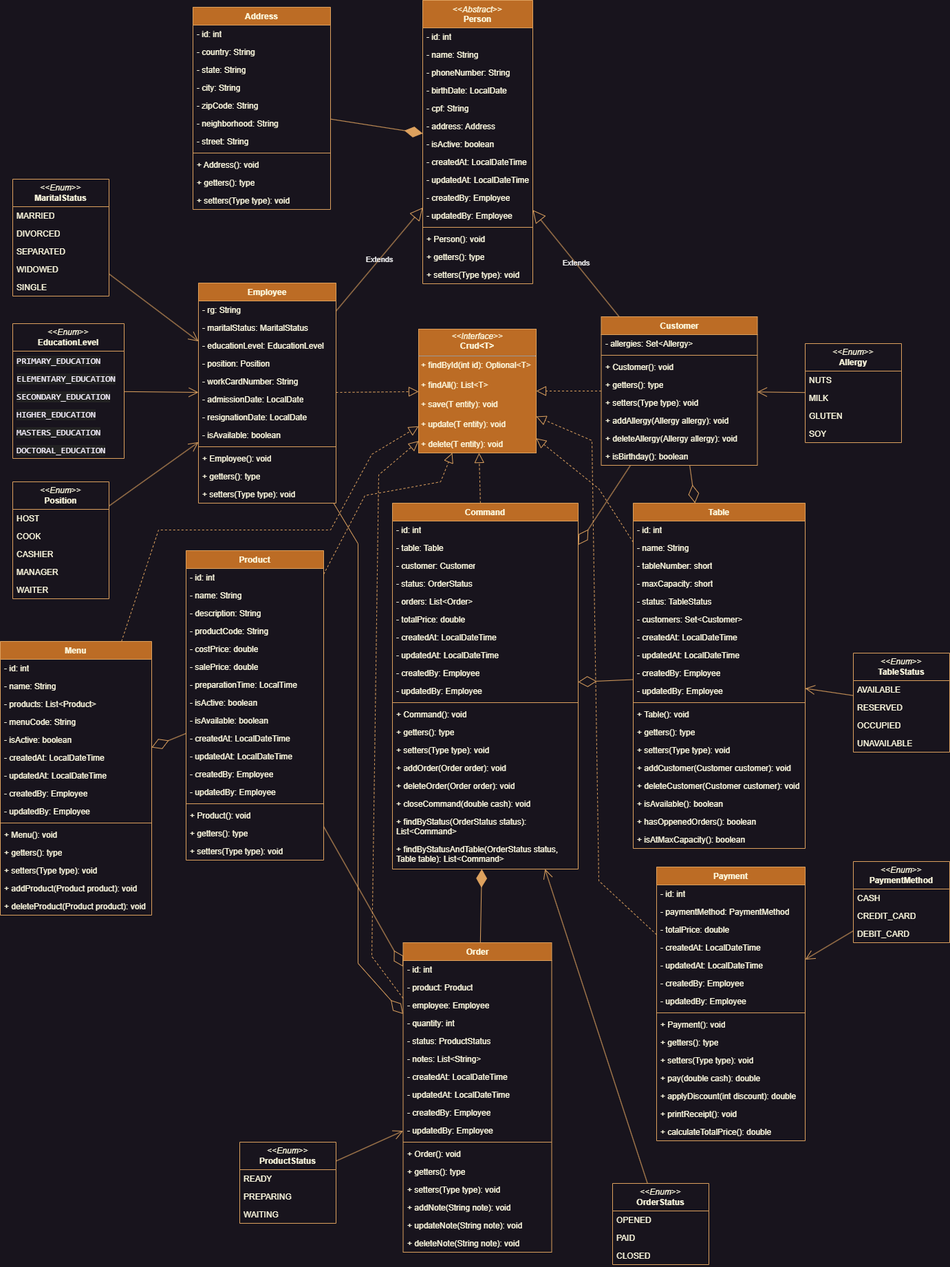
EduardoOrthmann/RavinV1 keeps this draw.io diagram as docs/Ravin.drawio.png. Above is the earlier version. Source tidied: cells renumbered, new cells last; positions are measured from the earlier drawing's top-left corner, leaving out a move shared by most shapes.
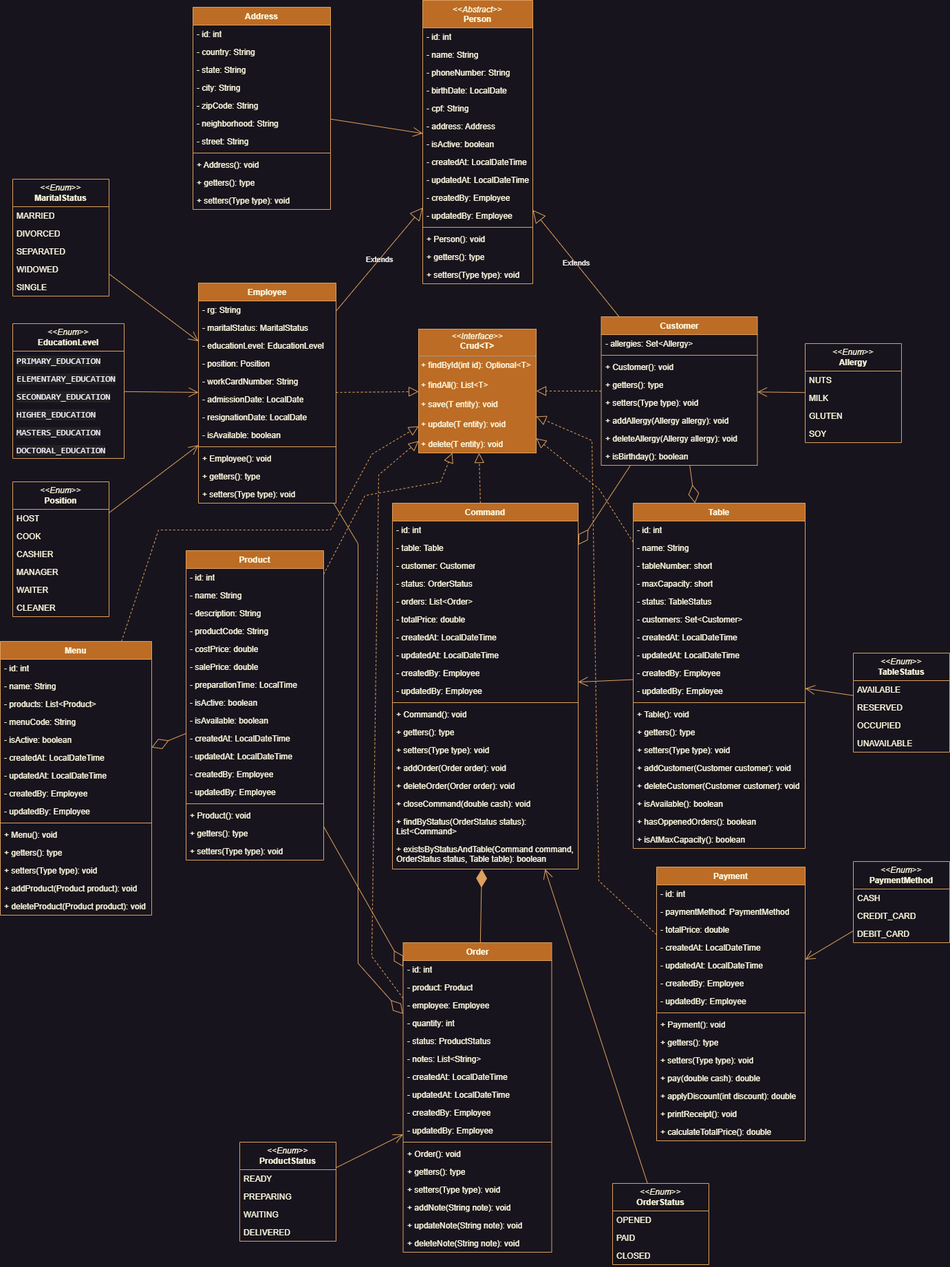
The same diagram one commit later.

Commit message:
add new values to enum Position and ProductStatus && change name of method findByStatusAndTable

Change to the diagram source:
```diff
@@ -132,7 +132,7 @@
       <mxGeometry y="170" width="162" height="26" as="geometry" />
     </mxCell>
     <mxCell id="45" value="&amp;lt;&amp;lt;&lt;i&gt;Enum&lt;/i&gt;&amp;gt;&amp;gt;&lt;br&gt;&lt;b&gt;Position&lt;/b&gt;" style="swimlane;fontStyle=0;horizontal=1;startSize=40;fillColor=none;whiteSpace=wrap;html=1;labelBackgroundColor=none;strokeColor=#DDA15E;fontColor=#FEFAE0;" parent="1" vertex="1">
-      <mxGeometry x="18" y="700" width="140" height="170" as="geometry" />
+      <mxGeometry x="18" y="700" width="140" height="196" as="geometry" />
     </mxCell>
     <mxCell id="46" value="HOST" style="text;strokeColor=none;fillColor=none;align=left;verticalAlign=top;spacingLeft=4;spacingRight=4;overflow=hidden;whiteSpace=wrap;html=1;labelBackgroundColor=none;fontColor=#FEFAE0;" parent="45" vertex="1">
       <mxGeometry y="40" width="140" height="26" as="geometry" />
@@ -149,6 +149,9 @@
     <mxCell id="50" value="WAITER" style="text;strokeColor=none;fillColor=none;align=left;verticalAlign=top;spacingLeft=4;spacingRight=4;overflow=hidden;whiteSpace=wrap;html=1;labelBackgroundColor=none;fontColor=#FEFAE0;" parent="45" vertex="1">
       <mxGeometry y="144" width="140" height="26" as="geometry" />
     </mxCell>
+    <mxCell id="228" value="CLEANER" style="text;strokeColor=none;fillColor=none;align=left;verticalAlign=top;spacingLeft=4;spacingRight=4;overflow=hidden;whiteSpace=wrap;html=1;labelBackgroundColor=none;fontColor=#FEFAE0;" parent="45" vertex="1">
+      <mxGeometry y="170" width="140" height="26" as="geometry" />
+    </mxCell>
     <mxCell id="51" value="&lt;p style=&quot;margin:0px;margin-top:4px;text-align:center;&quot;&gt;&lt;i&gt;&amp;lt;&amp;lt;Interface&amp;gt;&amp;gt;&lt;/i&gt;&lt;br&gt;&lt;b&gt;Crud&amp;lt;T&amp;gt;&lt;/b&gt;&lt;/p&gt;&lt;hr size=&quot;1&quot;&gt;&lt;p style=&quot;margin:0px;margin-left:4px;&quot;&gt;&lt;/p&gt;&lt;p style=&quot;margin:0px;margin-left:4px;&quot;&gt;+ findById(int id): Optional&amp;lt;T&amp;gt;&lt;/p&gt;&lt;p style=&quot;margin:0px;margin-left:4px;&quot;&gt;&lt;br&gt;&lt;/p&gt;&lt;p style=&quot;margin:0px;margin-left:4px;&quot;&gt;+ findAll(): List&amp;lt;T&amp;gt;&lt;/p&gt;&lt;p style=&quot;margin:0px;margin-left:4px;&quot;&gt;&lt;br&gt;&lt;/p&gt;&lt;p style=&quot;margin:0px;margin-left:4px;&quot;&gt;+ save(T entity): void&lt;/p&gt;&lt;p style=&quot;margin:0px;margin-left:4px;&quot;&gt;&lt;br&gt;&lt;/p&gt;&lt;p style=&quot;margin:0px;margin-left:4px;&quot;&gt;+ update(T entity): void&lt;/p&gt;&lt;p style=&quot;margin:0px;margin-left:4px;&quot;&gt;&lt;br&gt;&lt;/p&gt;&lt;p style=&quot;margin:0px;margin-left:4px;&quot;&gt;+ delete(T entity): void&lt;/p&gt;" style="verticalAlign=top;align=left;overflow=fill;fontSize=12;fontFamily=Helvetica;html=1;whiteSpace=wrap;labelBackgroundColor=none;fillColor=#BC6C25;strokeColor=#DDA15E;fontColor=#FEFAE0;" parent="1" vertex="1">
       <mxGeometry x="608" y="478" width="171" height="180" as="geometry" />
     </mxCell>
@@ -389,12 +392,9 @@
     <mxCell id="130" value="+ findByStatus(OrderStatus status): List&amp;lt;Command&amp;gt;" style="text;strokeColor=none;fillColor=none;align=left;verticalAlign=top;spacingLeft=4;spacingRight=4;overflow=hidden;whiteSpace=wrap;html=1;labelBackgroundColor=none;fontColor=#FEFAE0;" parent="112" vertex="1">
       <mxGeometry y="450" width="270" height="40" as="geometry" />
     </mxCell>
-    <mxCell id="131" value="+ findByStatusAndTable(OrderStatus status, Table table): List&amp;lt;Command&amp;gt;" style="text;strokeColor=none;fillColor=none;align=left;verticalAlign=top;spacingLeft=4;spacingRight=4;overflow=hidden;whiteSpace=wrap;html=1;labelBackgroundColor=none;fontColor=#FEFAE0;" parent="112" vertex="1">
+    <mxCell id="131" value="+ existsByStatusAndTable(Command command, OrderStatus status, Table table): boolean" style="text;strokeColor=none;fillColor=none;align=left;verticalAlign=top;spacingLeft=4;spacingRight=4;overflow=hidden;whiteSpace=wrap;html=1;labelBackgroundColor=none;fontColor=#FEFAE0;" parent="112" vertex="1">
       <mxGeometry y="490" width="270" height="42" as="geometry" />
     </mxCell>
-    <mxCell id="132" style="endArrow=diamondThin;endFill=0;endSize=24;html=1;rounded=0;labelBackgroundColor=none;strokeColor=#DDA15E;fontColor=default;" parent="1" edge="1" source="69" target="112">
-      <mxGeometry relative="1" as="geometry" />
-    </mxCell>
     <mxCell id="133" style="endArrow=diamondThin;endFill=0;endSize=24;html=1;rounded=0;labelBackgroundColor=none;strokeColor=#DDA15E;fontColor=default;" parent="1" edge="1" source="53" target="112">
       <mxGeometry relative="1" as="geometry" />
     </mxCell>
@@ -465,7 +465,7 @@
       <mxGeometry y="424" width="216" height="26" as="geometry" />
     </mxCell>
     <mxCell id="156" value="&amp;lt;&amp;lt;&lt;i&gt;Enum&lt;/i&gt;&amp;gt;&amp;gt;&lt;br&gt;&lt;b&gt;ProductStatus&lt;/b&gt;" style="swimlane;fontStyle=0;horizontal=1;startSize=40;fillColor=none;whiteSpace=wrap;html=1;labelBackgroundColor=none;strokeColor=#DDA15E;fontColor=#FEFAE0;" parent="1" vertex="1">
-      <mxGeometry x="348" y="1660" width="140" height="118" as="geometry" />
+      <mxGeometry x="348" y="1660" width="140" height="144" as="geometry" />
     </mxCell>
     <mxCell id="157" value="READY" style="text;strokeColor=none;fillColor=none;align=left;verticalAlign=top;spacingLeft=4;spacingRight=4;overflow=hidden;whiteSpace=wrap;html=1;labelBackgroundColor=none;fontColor=#FEFAE0;" parent="156" vertex="1">
       <mxGeometry y="40" width="140" height="26" as="geometry" />
@@ -476,6 +476,9 @@
     <mxCell id="159" value="WAITING" style="text;strokeColor=none;fillColor=none;align=left;verticalAlign=top;spacingLeft=4;spacingRight=4;overflow=hidden;whiteSpace=wrap;html=1;labelBackgroundColor=none;fontColor=#FEFAE0;" parent="156" vertex="1">
       <mxGeometry y="92" width="140" height="26" as="geometry" />
     </mxCell>
+    <mxCell id="229" value="DELIVERED&amp;nbsp;" style="text;strokeColor=none;fillColor=none;align=left;verticalAlign=top;spacingLeft=4;spacingRight=4;overflow=hidden;whiteSpace=wrap;html=1;labelBackgroundColor=none;fontColor=#FEFAE0;" parent="156" vertex="1">
+      <mxGeometry y="118" width="140" height="26" as="geometry" />
+    </mxCell>
     <mxCell id="160" style="endArrow=diamondThin;endFill=0;endSize=24;html=1;rounded=0;labelBackgroundColor=none;strokeColor=#DDA15E;fontColor=default;" parent="1" edge="1" source="94" target="138">
       <mxGeometry relative="1" as="geometry" />
     </mxCell>
@@ -588,9 +591,6 @@
     <mxCell id="193" style="endArrow=diamondThin;endFill=0;endSize=24;html=1;rounded=0;labelBackgroundColor=none;strokeColor=#DDA15E;fontColor=default;" parent="1" edge="1" source="94" target="162">
       <mxGeometry relative="1" as="geometry" />
     </mxCell>
-    <mxCell id="194" style="endArrow=diamondThin;endFill=1;endSize=24;html=1;rounded=0;labelBackgroundColor=none;strokeColor=#DDA15E;fontColor=default;" parent="1" edge="1" source="181" target="2">
-      <mxGeometry relative="1" as="geometry" />
-    </mxCell>
     <mxCell id="195" style="endArrow=block;dashed=1;endFill=0;endSize=12;html=1;rounded=0;labelBackgroundColor=none;strokeColor=#DDA15E;fontColor=default;" parent="1" edge="1" source="162" target="51">
       <mxGeometry relative="1" as="geometry">
         <Array as="points">
@@ -710,5 +710,11 @@
     <mxCell id="227" style="endArrow=open;endFill=1;endSize=12;html=1;rounded=0;labelBackgroundColor=none;strokeColor=#DDA15E;fontColor=default;" parent="1" edge="1" source="45" target="18">
       <mxGeometry relative="1" as="geometry" />
     </mxCell>
+    <mxCell id="194" style="endArrow=open;endFill=1;endSize=12;html=1;rounded=0;labelBackgroundColor=none;strokeColor=#DDA15E;fontColor=default;" parent="1" edge="1" source="181" target="2">
+      <mxGeometry relative="1" as="geometry" />
+    </mxCell>
+    <mxCell id="132" style="endArrow=open;endFill=1;endSize=12;html=1;rounded=0;strokeColor=#DDA15E;fontColor=#FEFAE0;fillColor=#BC6C25;" parent="1" edge="1" source="69" target="112">
+      <mxGeometry relative="1" as="geometry" />
+    </mxCell>
   </root>
 </mxGraphModel>
```
